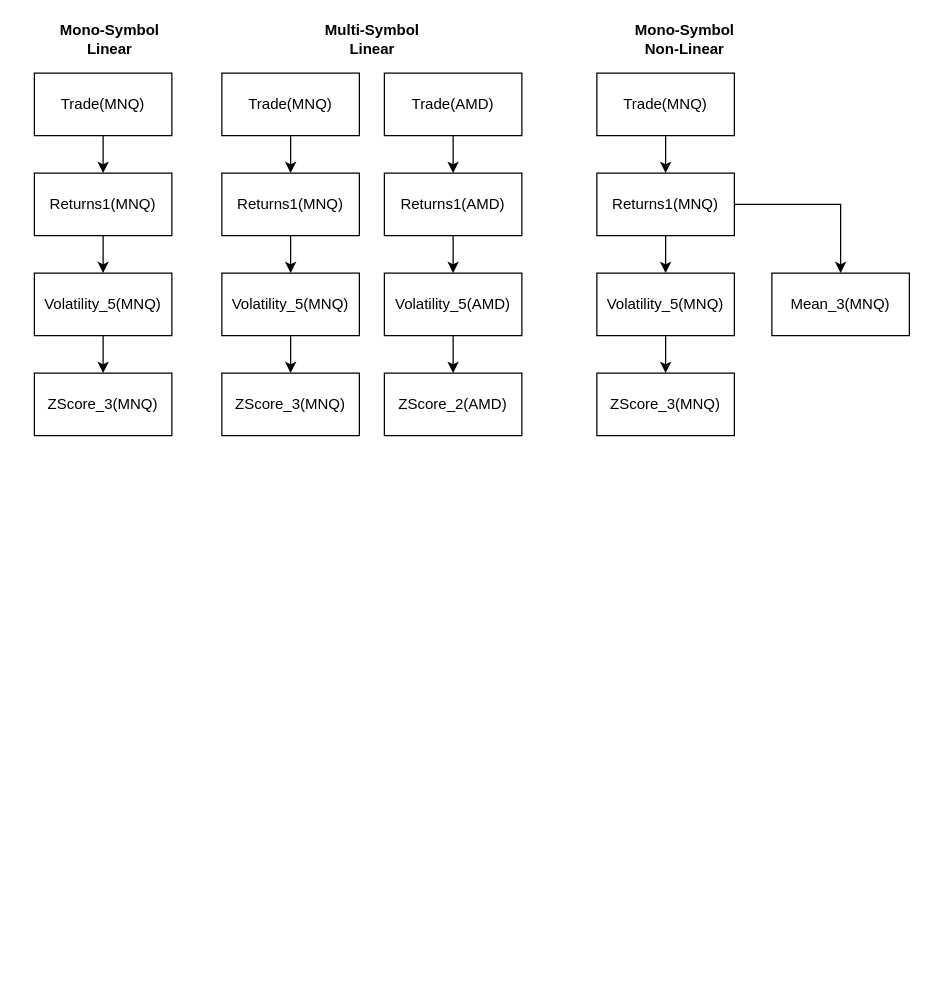
Above: page "Types de graphe" (3 of 4) of docs/02. Diagrams/Feature Model and Semantics.drawio in ManuelBayon/InvestIQ-v2 (draw.io), before the change. Source tidied: cells renumbered, new cells numbered last; positions are measured from the earlier drawing's top-left corner, leaving out a move shared by most shapes. Both pictures are drawn from the tidied source at 125%, with x=0, y=0 at pixel (34, 22).
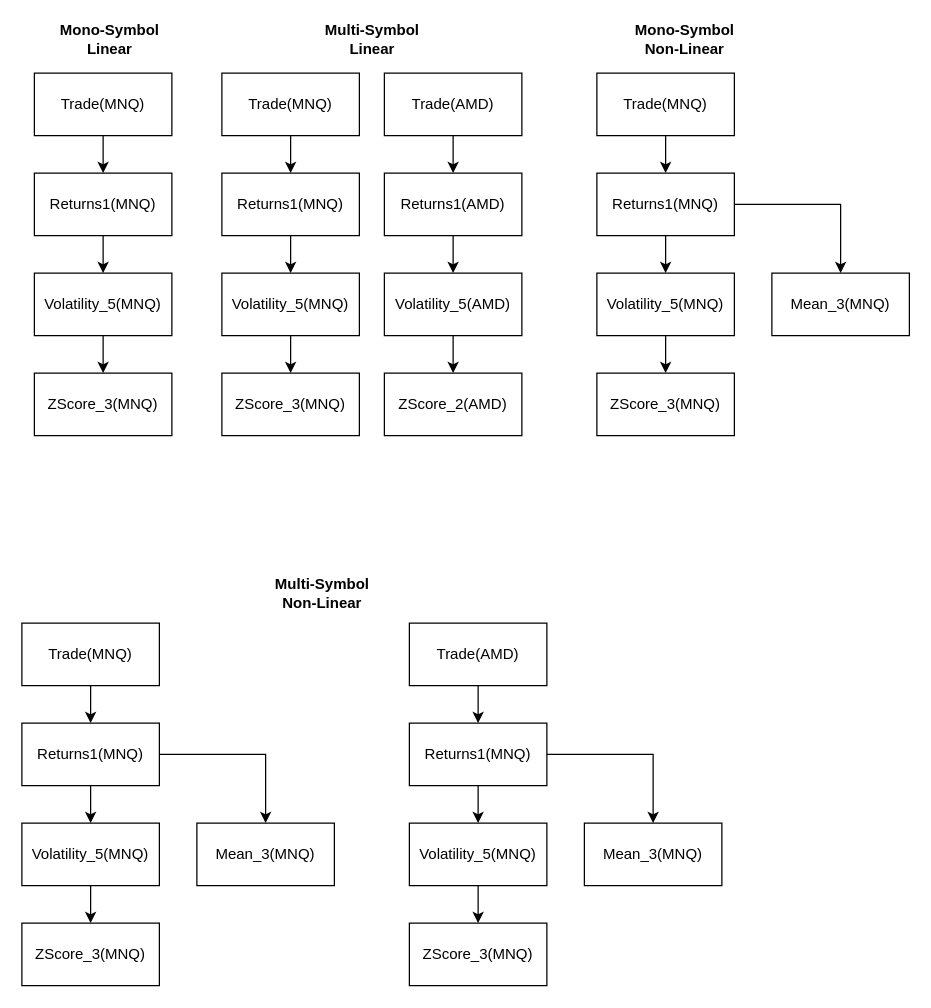
Above is the later version.

Commit message (it also covers changes not shown here):
wip: Add multi symbol non linear feature graph prototype

What changed in the source:
```diff
@@
+    <mxCell id="36" value="Multi-Symbol&lt;br&gt;Non-Linear" style="text;align=center;fontStyle=1;verticalAlign=middle;spacingLeft=3;spacingRight=3;strokeColor=none;html=1;" parent="1" vertex="1">
+      <mxGeometry x="190" y="443" width="80" height="26" as="geometry" />
+    </mxCell>
+    <mxCell id="37" style="edgeStyle=orthogonalEdgeStyle;rounded=0;jettySize=auto;html=1;exitX=0.5;exitY=1;exitDx=0;exitDy=0;entryX=0.5;entryY=0;entryDx=0;entryDy=0;" parent="1" edge="1" source="38" target="41">
+      <mxGeometry relative="1" as="geometry" />
+    </mxCell>
+    <mxCell id="38" value="Trade(MNQ)" style="html=1;whiteSpace=wrap;" parent="1" vertex="1">
+      <mxGeometry x="-10" y="480" width="110" height="50" as="geometry" />
+    </mxCell>
+    <mxCell id="39" style="edgeStyle=orthogonalEdgeStyle;rounded=0;jettySize=auto;html=1;exitX=0.5;exitY=1;exitDx=0;exitDy=0;entryX=0.5;entryY=0;entryDx=0;entryDy=0;" parent="1" edge="1" source="41" target="43">
+      <mxGeometry relative="1" as="geometry" />
+    </mxCell>
+    <mxCell id="40" style="edgeStyle=orthogonalEdgeStyle;rounded=0;jettySize=auto;html=1;exitX=1;exitY=0.5;exitDx=0;exitDy=0;entryX=0.5;entryY=0;entryDx=0;entryDy=0;" parent="1" edge="1" source="41" target="45">
+      <mxGeometry relative="1" as="geometry" />
+    </mxCell>
+    <mxCell id="41" value="Returns1(MNQ)" style="html=1;whiteSpace=wrap;" parent="1" vertex="1">
+      <mxGeometry x="-10" y="560" width="110" height="50" as="geometry" />
+    </mxCell>
+    <mxCell id="42" style="edgeStyle=orthogonalEdgeStyle;rounded=0;jettySize=auto;html=1;exitX=0.5;exitY=1;exitDx=0;exitDy=0;entryX=0.5;entryY=0;entryDx=0;entryDy=0;" parent="1" edge="1" source="43" target="44">
+      <mxGeometry relative="1" as="geometry" />
+    </mxCell>
+    <mxCell id="43" value="Volatility_5(MNQ)" style="html=1;whiteSpace=wrap;" parent="1" vertex="1">
+      <mxGeometry x="-10" y="640" width="110" height="50" as="geometry" />
+    </mxCell>
+    <mxCell id="44" value="ZScore_3(MNQ)" style="html=1;whiteSpace=wrap;" parent="1" vertex="1">
+      <mxGeometry x="-10" y="720" width="110" height="50" as="geometry" />
+    </mxCell>
+    <mxCell id="45" value="Mean_3(MNQ)" style="html=1;whiteSpace=wrap;" parent="1" vertex="1">
+      <mxGeometry x="130" y="640" width="110" height="50" as="geometry" />
+    </mxCell>
+    <mxCell id="46" style="edgeStyle=orthogonalEdgeStyle;rounded=0;jettySize=auto;html=1;exitX=0.5;exitY=1;exitDx=0;exitDy=0;entryX=0.5;entryY=0;entryDx=0;entryDy=0;" parent="1" edge="1" source="47" target="50">
+      <mxGeometry relative="1" as="geometry" />
+    </mxCell>
+    <mxCell id="47" value="Trade(AMD)" style="html=1;whiteSpace=wrap;" parent="1" vertex="1">
+      <mxGeometry x="300" y="480" width="110" height="50" as="geometry" />
+    </mxCell>
+    <mxCell id="48" style="edgeStyle=orthogonalEdgeStyle;rounded=0;jettySize=auto;html=1;exitX=0.5;exitY=1;exitDx=0;exitDy=0;entryX=0.5;entryY=0;entryDx=0;entryDy=0;" parent="1" edge="1" source="50" target="52">
+      <mxGeometry relative="1" as="geometry" />
+    </mxCell>
+    <mxCell id="49" style="edgeStyle=orthogonalEdgeStyle;rounded=0;jettySize=auto;html=1;exitX=1;exitY=0.5;exitDx=0;exitDy=0;entryX=0.5;entryY=0;entryDx=0;entryDy=0;" parent="1" edge="1" source="50" target="54">
+      <mxGeometry relative="1" as="geometry" />
+    </mxCell>
+    <mxCell id="50" value="Returns1(MNQ)" style="html=1;whiteSpace=wrap;" parent="1" vertex="1">
+      <mxGeometry x="300" y="560" width="110" height="50" as="geometry" />
+    </mxCell>
+    <mxCell id="51" style="edgeStyle=orthogonalEdgeStyle;rounded=0;jettySize=auto;html=1;exitX=0.5;exitY=1;exitDx=0;exitDy=0;entryX=0.5;entryY=0;entryDx=0;entryDy=0;" parent="1" edge="1" source="52" target="53">
+      <mxGeometry relative="1" as="geometry" />
+    </mxCell>
+    <mxCell id="52" value="Volatility_5(MNQ)" style="html=1;whiteSpace=wrap;" parent="1" vertex="1">
+      <mxGeometry x="300" y="640" width="110" height="50" as="geometry" />
+    </mxCell>
+    <mxCell id="53" value="ZScore_3(MNQ)" style="html=1;whiteSpace=wrap;" parent="1" vertex="1">
+      <mxGeometry x="300" y="720" width="110" height="50" as="geometry" />
+    </mxCell>
+    <mxCell id="54" value="Mean_3(MNQ)" style="html=1;whiteSpace=wrap;" parent="1" vertex="1">
+      <mxGeometry x="440" y="640" width="110" height="50" as="geometry" />
+    </mxCell>
```
